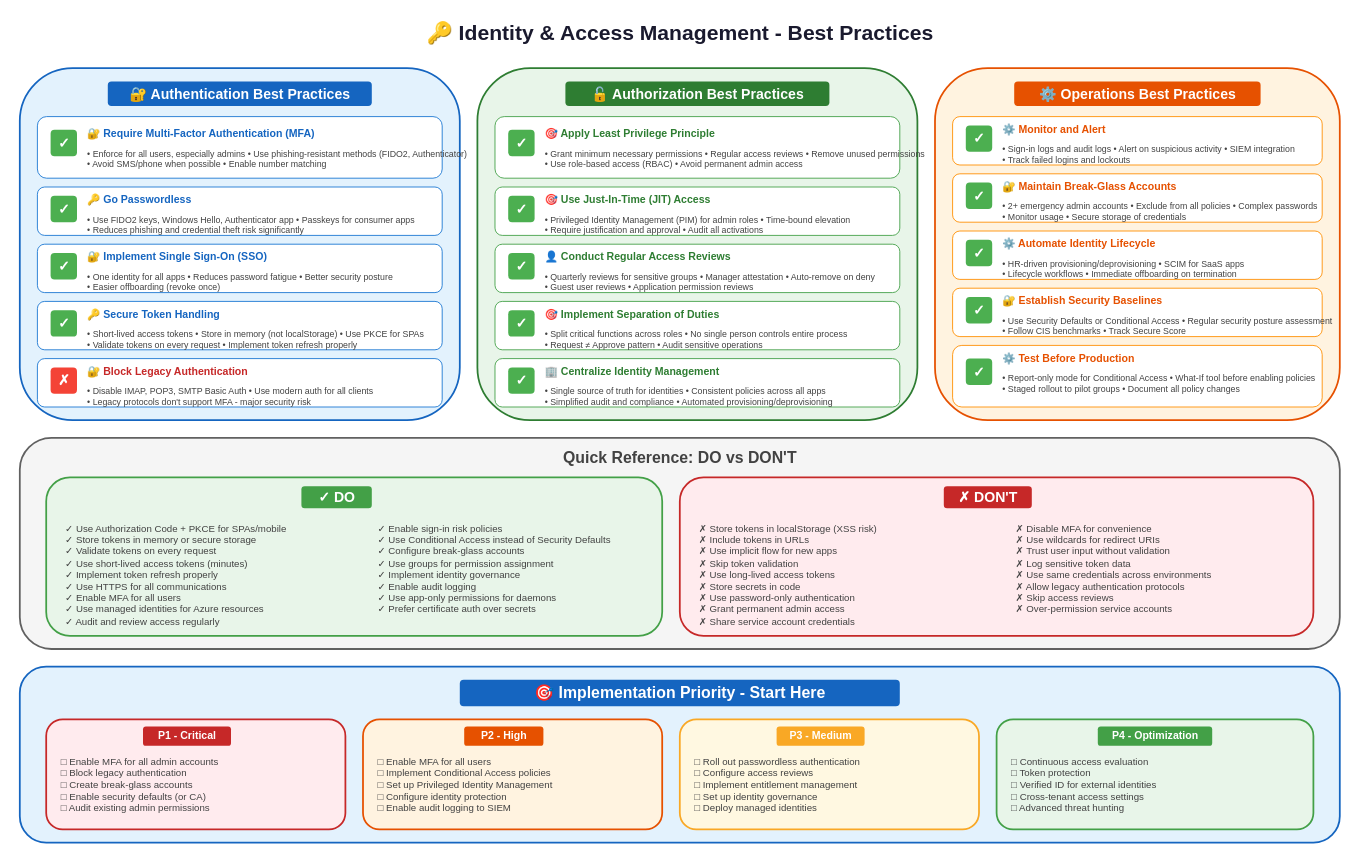
Above: lesson-04-identity-access-management/07-best-practices/7.1-iam-best-practices.drawio in MrParkerZ7/document-lesson-software-architect-x-claude (draw.io), before the change. Source tidied: cells renumbered, new cells numbered last; positions are measured from the earlier drawing's top-left corner, leaving out a move shared by most shapes. Both pictures are drawn from the tidied source at 88%, with x=0, y=0 at pixel (19, 15).
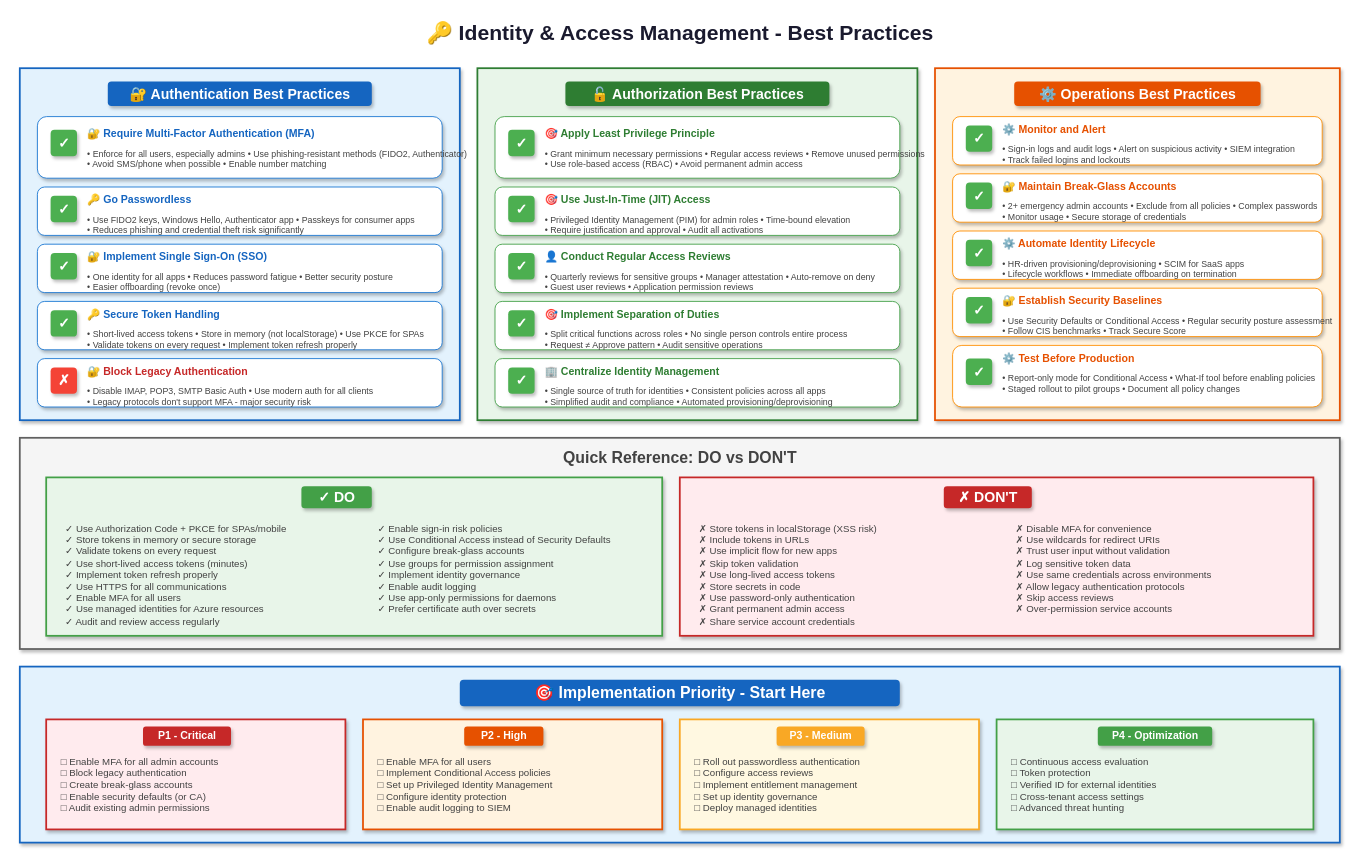
Above is the later version.

Change to the diagram source:
```diff
@@
-    <mxCell id="3" style="rounded=1;whiteSpace=wrap;html=1;fillColor=#e3f2fd;strokeColor=#1565c0;strokeWidth=2;" parent="1" vertex="1">
+    <mxCell id="3" style="rounded=0;whiteSpace=wrap;html=1;fillColor=#e3f2fd;strokeColor=#1565c0;strokeWidth=2;shadow=1;" parent="1" vertex="1">
       <mxGeometry y="60" width="500" height="400" as="geometry" />
     </mxCell>
-    <mxCell id="4" value="🔐 Authentication Best Practices" style="text;html=1;strokeColor=none;fillColor=#1565c0;align=center;verticalAlign=middle;fontSize=16;fontStyle=1;fontColor=#ffffff;rounded=1;" parent="1" vertex="1">
+    <mxCell id="4" value="🔐 Authentication Best Practices" style="text;html=1;strokeColor=none;fillColor=#1565c0;align=center;verticalAlign=middle;fontSize=16;fontStyle=1;fontColor=#ffffff;rounded=1;shadow=1;" parent="1" vertex="1">
       <mxGeometry x="100" y="75" width="300" height="28" as="geometry" />
     </mxCell>
-    <mxCell id="5" style="rounded=1;whiteSpace=wrap;html=1;fillColor=#ffffff;strokeColor=#1976d2;strokeWidth=1;" parent="1" vertex="1">
+    <mxCell id="5" style="rounded=1;whiteSpace=wrap;html=1;fillColor=#ffffff;strokeColor=#1976d2;strokeWidth=1;shadow=1;" parent="1" vertex="1">
       <mxGeometry x="20" y="115" width="460" height="70" as="geometry" />
     </mxCell>
-    <mxCell id="6" value="✓" style="text;html=1;strokeColor=none;fillColor=#4caf50;align=center;verticalAlign=middle;fontSize=16;fontStyle=1;fontColor=#ffffff;rounded=1;" parent="1" vertex="1">
+    <mxCell id="6" value="✓" style="text;html=1;strokeColor=none;fillColor=#4caf50;align=center;verticalAlign=middle;fontSize=16;fontStyle=1;fontColor=#ffffff;rounded=1;shadow=1;" parent="1" vertex="1">
       <mxGeometry x="35" y="130" width="30" height="30" as="geometry" />
     </mxCell>
@@
-    <mxCell id="9" style="rounded=1;whiteSpace=wrap;html=1;fillColor=#ffffff;strokeColor=#1976d2;strokeWidth=1;" parent="1" vertex="1">
+    <mxCell id="9" style="rounded=1;whiteSpace=wrap;html=1;fillColor=#ffffff;strokeColor=#1976d2;strokeWidth=1;shadow=1;" parent="1" vertex="1">
       <mxGeometry x="20" y="195" width="460" height="55" as="geometry" />
     </mxCell>
-    <mxCell id="10" value="✓" style="text;html=1;strokeColor=none;fillColor=#4caf50;align=center;verticalAlign=middle;fontSize=16;fontStyle=1;fontColor=#ffffff;rounded=1;" parent="1" vertex="1">
+    <mxCell id="10" value="✓" style="text;html=1;strokeColor=none;fillColor=#4caf50;align=center;verticalAlign=middle;fontSize=16;fontStyle=1;fontColor=#ffffff;rounded=1;shadow=1;" parent="1" vertex="1">
       <mxGeometry x="35" y="205" width="30" height="30" as="geometry" />
     </mxCell>
@@
-    <mxCell id="13" style="rounded=1;whiteSpace=wrap;html=1;fillColor=#ffffff;strokeColor=#1976d2;strokeWidth=1;" parent="1" vertex="1">
+    <mxCell id="13" style="rounded=1;whiteSpace=wrap;html=1;fillColor=#ffffff;strokeColor=#1976d2;strokeWidth=1;shadow=1;" parent="1" vertex="1">
       <mxGeometry x="20" y="260" width="460" height="55" as="geometry" />
     </mxCell>
-    <mxCell id="14" value="✓" style="text;html=1;strokeColor=none;fillColor=#4caf50;align=center;verticalAlign=middle;fontSize=16;fontStyle=1;fontColor=#ffffff;rounded=1;" parent="1" vertex="1">
+    <mxCell id="14" value="✓" style="text;html=1;strokeColor=none;fillColor=#4caf50;align=center;verticalAlign=middle;fontSize=16;fontStyle=1;fontColor=#ffffff;rounded=1;shadow=1;" parent="1" vertex="1">
       <mxGeometry x="35" y="270" width="30" height="30" as="geometry" />
     </mxCell>
@@
-    <mxCell id="17" style="rounded=1;whiteSpace=wrap;html=1;fillColor=#ffffff;strokeColor=#1976d2;strokeWidth=1;" parent="1" vertex="1">
+    <mxCell id="17" style="rounded=1;whiteSpace=wrap;html=1;fillColor=#ffffff;strokeColor=#1976d2;strokeWidth=1;shadow=1;" parent="1" vertex="1">
       <mxGeometry x="20" y="325" width="460" height="55" as="geometry" />
     </mxCell>
-    <mxCell id="18" value="✓" style="text;html=1;strokeColor=none;fillColor=#4caf50;align=center;verticalAlign=middle;fontSize=16;fontStyle=1;fontColor=#ffffff;rounded=1;" parent="1" vertex="1">
+    <mxCell id="18" value="✓" style="text;html=1;strokeColor=none;fillColor=#4caf50;align=center;verticalAlign=middle;fontSize=16;fontStyle=1;fontColor=#ffffff;rounded=1;shadow=1;" parent="1" vertex="1">
       <mxGeometry x="35" y="335" width="30" height="30" as="geometry" />
     </mxCell>
@@
-    <mxCell id="21" style="rounded=1;whiteSpace=wrap;html=1;fillColor=#ffffff;strokeColor=#1976d2;strokeWidth=1;" parent="1" vertex="1">
+    <mxCell id="21" style="rounded=1;whiteSpace=wrap;html=1;fillColor=#ffffff;strokeColor=#1976d2;strokeWidth=1;shadow=1;" parent="1" vertex="1">
       <mxGeometry x="20" y="390" width="460" height="55" as="geometry" />
     </mxCell>
-    <mxCell id="22" value="✗" style="text;html=1;strokeColor=none;fillColor=#f44336;align=center;verticalAlign=middle;fontSize=16;fontStyle=1;fontColor=#ffffff;rounded=1;" parent="1" vertex="1">
+    <mxCell id="22" value="✗" style="text;html=1;strokeColor=none;fillColor=#f44336;align=center;verticalAlign=middle;fontSize=16;fontStyle=1;fontColor=#ffffff;rounded=1;shadow=1;" parent="1" vertex="1">
       <mxGeometry x="35" y="400" width="30" height="30" as="geometry" />
     </mxCell>
@@
-    <mxCell id="25" style="rounded=1;whiteSpace=wrap;html=1;fillColor=#e8f5e9;strokeColor=#2e7d32;strokeWidth=2;" parent="1" vertex="1">
+    <mxCell id="25" style="rounded=0;whiteSpace=wrap;html=1;fillColor=#e8f5e9;strokeColor=#2e7d32;strokeWidth=2;shadow=1;" parent="1" vertex="1">
       <mxGeometry x="520" y="60" width="500" height="400" as="geometry" />
     </mxCell>
-    <mxCell id="26" value="🔓 Authorization Best Practices" style="text;html=1;strokeColor=none;fillColor=#2e7d32;align=center;verticalAlign=middle;fontSize=16;fontStyle=1;fontColor=#ffffff;rounded=1;" parent="1" vertex="1">
+    <mxCell id="26" value="🔓 Authorization Best Practices" style="text;html=1;strokeColor=none;fillColor=#2e7d32;align=center;verticalAlign=middle;fontSize=16;fontStyle=1;fontColor=#ffffff;rounded=1;shadow=1;" parent="1" vertex="1">
       <mxGeometry x="620" y="75" width="300" height="28" as="geometry" />
     </mxCell>
-    <mxCell id="27" style="rounded=1;whiteSpace=wrap;html=1;fillColor=#ffffff;strokeColor=#43a047;strokeWidth=1;" parent="1" vertex="1">
+    <mxCell id="27" style="rounded=1;whiteSpace=wrap;html=1;fillColor=#ffffff;strokeColor=#43a047;strokeWidth=1;shadow=1;" parent="1" vertex="1">
       <mxGeometry x="540" y="115" width="460" height="70" as="geometry" />
     </mxCell>
-    <mxCell id="28" value="✓" style="text;html=1;strokeColor=none;fillColor=#4caf50;align=center;verticalAlign=middle;fontSize=16;fontStyle=1;fontColor=#ffffff;rounded=1;" parent="1" vertex="1">
+    <mxCell id="28" value="✓" style="text;html=1;strokeColor=none;fillColor=#4caf50;align=center;verticalAlign=middle;fontSize=16;fontStyle=1;fontColor=#ffffff;rounded=1;shadow=1;" parent="1" vertex="1">
       <mxGeometry x="555" y="130" width="30" height="30" as="geometry" />
     </mxCell>
@@
-    <mxCell id="31" style="rounded=1;whiteSpace=wrap;html=1;fillColor=#ffffff;strokeColor=#43a047;strokeWidth=1;" parent="1" vertex="1">
+    <mxCell id="31" style="rounded=1;whiteSpace=wrap;html=1;fillColor=#ffffff;strokeColor=#43a047;strokeWidth=1;shadow=1;" parent="1" vertex="1">
       <mxGeometry x="540" y="195" width="460" height="55" as="geometry" />
     </mxCell>
-    <mxCell id="32" value="✓" style="text;html=1;strokeColor=none;fillColor=#4caf50;align=center;verticalAlign=middle;fontSize=16;fontStyle=1;fontColor=#ffffff;rounded=1;" parent="1" vertex="1">
+    <mxCell id="32" value="✓" style="text;html=1;strokeColor=none;fillColor=#4caf50;align=center;verticalAlign=middle;fontSize=16;fontStyle=1;fontColor=#ffffff;rounded=1;shadow=1;" parent="1" vertex="1">
       <mxGeometry x="555" y="205" width="30" height="30" as="geometry" />
     </mxCell>
@@
-    <mxCell id="35" style="rounded=1;whiteSpace=wrap;html=1;fillColor=#ffffff;strokeColor=#43a047;strokeWidth=1;" parent="1" vertex="1">
+    <mxCell id="35" style="rounded=1;whiteSpace=wrap;html=1;fillColor=#ffffff;strokeColor=#43a047;strokeWidth=1;shadow=1;" parent="1" vertex="1">
       <mxGeometry x="540" y="260" width="460" height="55" as="geometry" />
     </mxCell>
-    <mxCell id="36" value="✓" style="text;html=1;strokeColor=none;fillColor=#4caf50;align=center;verticalAlign=middle;fontSize=16;fontStyle=1;fontColor=#ffffff;rounded=1;" parent="1" vertex="1">
+    <mxCell id="36" value="✓" style="text;html=1;strokeColor=none;fillColor=#4caf50;align=center;verticalAlign=middle;fontSize=16;fontStyle=1;fontColor=#ffffff;rounded=1;shadow=1;" parent="1" vertex="1">
       <mxGeometry x="555" y="270" width="30" height="30" as="geometry" />
     </mxCell>
@@
-    <mxCell id="39" style="rounded=1;whiteSpace=wrap;html=1;fillColor=#ffffff;strokeColor=#43a047;strokeWidth=1;" parent="1" vertex="1">
+    <mxCell id="39" style="rounded=1;whiteSpace=wrap;html=1;fillColor=#ffffff;strokeColor=#43a047;strokeWidth=1;shadow=1;" parent="1" vertex="1">
       <mxGeometry x="540" y="325" width="460" height="55" as="geometry" />
     </mxCell>
-    <mxCell id="40" value="✓" style="text;html=1;strokeColor=none;fillColor=#4caf50;align=center;verticalAlign=middle;fontSize=16;fontStyle=1;fontColor=#ffffff;rounded=1;" parent="1" vertex="1">
+    <mxCell id="40" value="✓" style="text;html=1;strokeColor=none;fillColor=#4caf50;align=center;verticalAlign=middle;fontSize=16;fontStyle=1;fontColor=#ffffff;rounded=1;shadow=1;" parent="1" vertex="1">
       <mxGeometry x="555" y="335" width="30" height="30" as="geometry" />
     </mxCell>
@@
-    <mxCell id="43" style="rounded=1;whiteSpace=wrap;html=1;fillColor=#ffffff;strokeColor=#43a047;strokeWidth=1;" parent="1" vertex="1">
+    <mxCell id="43" style="rounded=1;whiteSpace=wrap;html=1;fillColor=#ffffff;strokeColor=#43a047;strokeWidth=1;shadow=1;" parent="1" vertex="1">
       <mxGeometry x="540" y="390" width="460" height="55" as="geometry" />
     </mxCell>
-    <mxCell id="44" value="✓" style="text;html=1;strokeColor=none;fillColor=#4caf50;align=center;verticalAlign=middle;fontSize=16;fontStyle=1;fontColor=#ffffff;rounded=1;" parent="1" vertex="1">
+    <mxCell id="44" value="✓" style="text;html=1;strokeColor=none;fillColor=#4caf50;align=center;verticalAlign=middle;fontSize=16;fontStyle=1;fontColor=#ffffff;rounded=1;shadow=1;" parent="1" vertex="1">
       <mxGeometry x="555" y="400" width="30" height="30" as="geometry" />
     </mxCell>
@@
-    <mxCell id="47" style="rounded=1;whiteSpace=wrap;html=1;fillColor=#fff3e0;strokeColor=#e65100;strokeWidth=2;" parent="1" vertex="1">
+    <mxCell id="47" style="rounded=0;whiteSpace=wrap;html=1;fillColor=#fff3e0;strokeColor=#e65100;strokeWidth=2;shadow=1;" parent="1" vertex="1">
       <mxGeometry x="1040" y="60" width="460" height="400" as="geometry" />
     </mxCell>
-    <mxCell id="48" value="⚙️ Operations Best Practices" style="text;html=1;strokeColor=none;fillColor=#e65100;align=center;verticalAlign=middle;fontSize=16;fontStyle=1;fontColor=#ffffff;rounded=1;" parent="1" vertex="1">
+    <mxCell id="48" value="⚙️ Operations Best Practices" style="text;html=1;strokeColor=none;fillColor=#e65100;align=center;verticalAlign=middle;fontSize=16;fontStyle=1;fontColor=#ffffff;rounded=1;shadow=1;" parent="1" vertex="1">
       <mxGeometry x="1130" y="75" width="280" height="28" as="geometry" />
     </mxCell>
-    <mxCell id="49" style="rounded=1;whiteSpace=wrap;html=1;fillColor=#ffffff;strokeColor=#ff8f00;strokeWidth=1;" parent="1" vertex="1">
+    <mxCell id="49" style="rounded=1;whiteSpace=wrap;html=1;fillColor=#ffffff;strokeColor=#ff8f00;strokeWidth=1;shadow=1;" parent="1" vertex="1">
       <mxGeometry x="1060" y="115" width="420" height="55" as="geometry" />
     </mxCell>
-    <mxCell id="50" value="✓" style="text;html=1;strokeColor=none;fillColor=#4caf50;align=center;verticalAlign=middle;fontSize=16;fontStyle=1;fontColor=#ffffff;rounded=1;" parent="1" vertex="1">
+    <mxCell id="50" value="✓" style="text;html=1;strokeColor=none;fillColor=#4caf50;align=center;verticalAlign=middle;fontSize=16;fontStyle=1;fontColor=#ffffff;rounded=1;shadow=1;" parent="1" vertex="1">
       <mxGeometry x="1075" y="125" width="30" height="30" as="geometry" />
     </mxCell>
@@
-    <mxCell id="53" style="rounded=1;whiteSpace=wrap;html=1;fillColor=#ffffff;strokeColor=#ff8f00;strokeWidth=1;" parent="1" vertex="1">
+    <mxCell id="53" style="rounded=1;whiteSpace=wrap;html=1;fillColor=#ffffff;strokeColor=#ff8f00;strokeWidth=1;shadow=1;" parent="1" vertex="1">
       <mxGeometry x="1060" y="180" width="420" height="55" as="geometry" />
     </mxCell>
-    <mxCell id="54" value="✓" style="text;html=1;strokeColor=none;fillColor=#4caf50;align=center;verticalAlign=middle;fontSize=16;fontStyle=1;fontColor=#ffffff;rounded=1;" parent="1" vertex="1">
+    <mxCell id="54" value="✓" style="text;html=1;strokeColor=none;fillColor=#4caf50;align=center;verticalAlign=middle;fontSize=16;fontStyle=1;fontColor=#ffffff;rounded=1;shadow=1;" parent="1" vertex="1">
       <mxGeometry x="1075" y="190" width="30" height="30" as="geometry" />
     </mxCell>
@@
-    <mxCell id="57" style="rounded=1;whiteSpace=wrap;html=1;fillColor=#ffffff;strokeColor=#ff8f00;strokeWidth=1;" parent="1" vertex="1">
+    <mxCell id="57" style="rounded=1;whiteSpace=wrap;html=1;fillColor=#ffffff;strokeColor=#ff8f00;strokeWidth=1;shadow=1;" parent="1" vertex="1">
       <mxGeometry x="1060" y="245" width="420" height="55" as="geometry" />
     </mxCell>
-    <mxCell id="58" value="✓" style="text;html=1;strokeColor=none;fillColor=#4caf50;align=center;verticalAlign=middle;fontSize=16;fontStyle=1;fontColor=#ffffff;rounded=1;" parent="1" vertex="1">
+    <mxCell id="58" value="✓" style="text;html=1;strokeColor=none;fillColor=#4caf50;align=center;verticalAlign=middle;fontSize=16;fontStyle=1;fontColor=#ffffff;rounded=1;shadow=1;" parent="1" vertex="1">
       <mxGeometry x="1075" y="255" width="30" height="30" as="geometry" />
     </mxCell>
@@
-    <mxCell id="61" style="rounded=1;whiteSpace=wrap;html=1;fillColor=#ffffff;strokeColor=#ff8f00;strokeWidth=1;" parent="1" vertex="1">
+    <mxCell id="61" style="rounded=1;whiteSpace=wrap;html=1;fillColor=#ffffff;strokeColor=#ff8f00;strokeWidth=1;shadow=1;" parent="1" vertex="1">
       <mxGeometry x="1060" y="310" width="420" height="55" as="geometry" />
     </mxCell>
-    <mxCell id="62" value="✓" style="text;html=1;strokeColor=none;fillColor=#4caf50;align=center;verticalAlign=middle;fontSize=16;fontStyle=1;fontColor=#ffffff;rounded=1;" parent="1" vertex="1">
+    <mxCell id="62" value="✓" style="text;html=1;strokeColor=none;fillColor=#4caf50;align=center;verticalAlign=middle;fontSize=16;fontStyle=1;fontColor=#ffffff;rounded=1;shadow=1;" parent="1" vertex="1">
       <mxGeometry x="1075" y="320" width="30" height="30" as="geometry" />
     </mxCell>
@@
-    <mxCell id="65" style="rounded=1;whiteSpace=wrap;html=1;fillColor=#ffffff;strokeColor=#ff8f00;strokeWidth=1;" parent="1" vertex="1">
+    <mxCell id="65" style="rounded=1;whiteSpace=wrap;html=1;fillColor=#ffffff;strokeColor=#ff8f00;strokeWidth=1;shadow=1;" parent="1" vertex="1">
       <mxGeometry x="1060" y="375" width="420" height="70" as="geometry" />
     </mxCell>
-    <mxCell id="66" value="✓" style="text;html=1;strokeColor=none;fillColor=#4caf50;align=center;verticalAlign=middle;fontSize=16;fontStyle=1;fontColor=#ffffff;rounded=1;" parent="1" vertex="1">
+    <mxCell id="66" value="✓" style="text;html=1;strokeColor=none;fillColor=#4caf50;align=center;verticalAlign=middle;fontSize=16;fontStyle=1;fontColor=#ffffff;rounded=1;shadow=1;" parent="1" vertex="1">
       <mxGeometry x="1075" y="390" width="30" height="30" as="geometry" />
     </mxCell>
@@
-    <mxCell id="69" style="rounded=1;whiteSpace=wrap;html=1;fillColor=#f5f5f5;strokeColor=#616161;strokeWidth=2;" parent="1" vertex="1">
+    <mxCell id="69" style="rounded=0;whiteSpace=wrap;html=1;fillColor=#f5f5f5;strokeColor=#616161;strokeWidth=2;shadow=1;" parent="1" vertex="1">
       <mxGeometry y="480" width="1500" height="240" as="geometry" />
     </mxCell>
@@
-    <mxCell id="71" style="rounded=1;whiteSpace=wrap;html=1;fillColor=#e8f5e9;strokeColor=#43a047;strokeWidth=2;" parent="1" vertex="1">
+    <mxCell id="71" style="rounded=0;whiteSpace=wrap;html=1;fillColor=#e8f5e9;strokeColor=#43a047;strokeWidth=2;shadow=1;" parent="1" vertex="1">
       <mxGeometry x="30" y="525" width="700" height="180" as="geometry" />
     </mxCell>
-    <mxCell id="72" value="✓ DO" style="text;html=1;strokeColor=none;fillColor=#43a047;align=center;verticalAlign=middle;fontSize=16;fontStyle=1;fontColor=#ffffff;rounded=1;" parent="1" vertex="1">
+    <mxCell id="72" value="✓ DO" style="text;html=1;strokeColor=none;fillColor=#43a047;align=center;verticalAlign=middle;fontSize=16;fontStyle=1;fontColor=#ffffff;rounded=1;shadow=1;" parent="1" vertex="1">
       <mxGeometry x="320" y="535" width="80" height="25" as="geometry" />
     </mxCell>
@@
-    <mxCell id="75" style="rounded=1;whiteSpace=wrap;html=1;fillColor=#ffebee;strokeColor=#c62828;strokeWidth=2;" parent="1" vertex="1">
+    <mxCell id="75" style="rounded=0;whiteSpace=wrap;html=1;fillColor=#ffebee;strokeColor=#c62828;strokeWidth=2;shadow=1;" parent="1" vertex="1">
       <mxGeometry x="750" y="525" width="720" height="180" as="geometry" />
     </mxCell>
-    <mxCell id="76" value="✗ DON'T" style="text;html=1;strokeColor=none;fillColor=#c62828;align=center;verticalAlign=middle;fontSize=16;fontStyle=1;fontColor=#ffffff;rounded=1;" parent="1" vertex="1">
+    <mxCell id="76" value="✗ DON'T" style="text;html=1;strokeColor=none;fillColor=#c62828;align=center;verticalAlign=middle;fontSize=16;fontStyle=1;fontColor=#ffffff;rounded=1;shadow=1;" parent="1" vertex="1">
       <mxGeometry x="1050" y="535" width="100" height="25" as="geometry" />
     </mxCell>
@@
-    <mxCell id="79" style="rounded=1;whiteSpace=wrap;html=1;fillColor=#e3f2fd;strokeColor=#1565c0;strokeWidth=2;" parent="1" vertex="1">
+    <mxCell id="79" style="rounded=0;whiteSpace=wrap;html=1;fillColor=#e3f2fd;strokeColor=#1565c0;strokeWidth=2;shadow=1;" parent="1" vertex="1">
       <mxGeometry y="740" width="1500" height="200" as="geometry" />
     </mxCell>
-    <mxCell id="80" value="🎯 Implementation Priority - Start Here" style="text;html=1;strokeColor=none;fillColor=#1565c0;align=center;verticalAlign=middle;fontSize=18;fontStyle=1;fontColor=#ffffff;rounded=1;" parent="1" vertex="1">
+    <mxCell id="80" value="🎯 Implementation Priority - Start Here" style="text;html=1;strokeColor=none;fillColor=#1565c0;align=center;verticalAlign=middle;fontSize=18;fontStyle=1;fontColor=#ffffff;rounded=1;shadow=1;" parent="1" vertex="1">
       <mxGeometry x="500" y="755" width="500" height="30" as="geometry" />
     </mxCell>
-    <mxCell id="81" style="rounded=1;whiteSpace=wrap;html=1;fillColor=#ffebee;strokeColor=#c62828;strokeWidth=2;" parent="1" vertex="1">
+    <mxCell id="81" style="rounded=0;whiteSpace=wrap;html=1;fillColor=#ffebee;strokeColor=#c62828;strokeWidth=2;shadow=1;" parent="1" vertex="1">
       <mxGeometry x="30" y="800" width="340" height="125" as="geometry" />
     </mxCell>
-    <mxCell id="82" value="P1 - Critical" style="text;html=1;strokeColor=none;fillColor=#c62828;align=center;verticalAlign=middle;fontSize=12;fontStyle=1;fontColor=#ffffff;rounded=1;" parent="1" vertex="1">
+    <mxCell id="82" value="P1 - Critical" style="text;html=1;strokeColor=none;fillColor=#c62828;align=center;verticalAlign=middle;fontSize=12;fontStyle=1;fontColor=#ffffff;rounded=1;shadow=1;" parent="1" vertex="1">
       <mxGeometry x="140" y="808" width="100" height="22" as="geometry" />
     </mxCell>
@@
-    <mxCell id="84" style="rounded=1;whiteSpace=wrap;html=1;fillColor=#fff3e0;strokeColor=#e65100;strokeWidth=2;" parent="1" vertex="1">
+    <mxCell id="84" style="rounded=0;whiteSpace=wrap;html=1;fillColor=#fff3e0;strokeColor=#e65100;strokeWidth=2;shadow=1;" parent="1" vertex="1">
       <mxGeometry x="390" y="800" width="340" height="125" as="geometry" />
     </mxCell>
-    <mxCell id="85" value="P2 - High" style="text;html=1;strokeColor=none;fillColor=#e65100;align=center;verticalAlign=middle;fontSize=12;fontStyle=1;fontColor=#ffffff;rounded=1;" parent="1" vertex="1">
+    <mxCell id="85" value="P2 - High" style="text;html=1;strokeColor=none;fillColor=#e65100;align=center;verticalAlign=middle;fontSize=12;fontStyle=1;fontColor=#ffffff;rounded=1;shadow=1;" parent="1" vertex="1">
       <mxGeometry x="505" y="808" width="90" height="22" as="geometry" />
     </mxCell>
@@
-    <mxCell id="87" style="rounded=1;whiteSpace=wrap;html=1;fillColor=#fff8e1;strokeColor=#f9a825;strokeWidth=2;" parent="1" vertex="1">
+    <mxCell id="87" style="rounded=0;whiteSpace=wrap;html=1;fillColor=#fff8e1;strokeColor=#f9a825;strokeWidth=2;shadow=1;" parent="1" vertex="1">
       <mxGeometry x="750" y="800" width="340" height="125" as="geometry" />
     </mxCell>
-    <mxCell id="88" value="P3 - Medium" style="text;html=1;strokeColor=none;fillColor=#f9a825;align=center;verticalAlign=middle;fontSize=12;fontStyle=1;fontColor=#ffffff;rounded=1;" parent="1" vertex="1">
+    <mxCell id="88" value="P3 - Medium" style="text;html=1;strokeColor=none;fillColor=#f9a825;align=center;verticalAlign=middle;fontSize=12;fontStyle=1;fontColor=#ffffff;rounded=1;shadow=1;" parent="1" vertex="1">
       <mxGeometry x="860" y="808" width="100" height="22" as="geometry" />
     </mxCell>
@@
-    <mxCell id="90" style="rounded=1;whiteSpace=wrap;html=1;fillColor=#e8f5e9;strokeColor=#43a047;strokeWidth=2;" parent="1" vertex="1">
+    <mxCell id="90" style="rounded=0;whiteSpace=wrap;html=1;fillColor=#e8f5e9;strokeColor=#43a047;strokeWidth=2;shadow=1;" parent="1" vertex="1">
       <mxGeometry x="1110" y="800" width="360" height="125" as="geometry" />
     </mxCell>
-    <mxCell id="91" value="P4 - Optimization" style="text;html=1;strokeColor=none;fillColor=#43a047;align=center;verticalAlign=middle;fontSize=12;fontStyle=1;fontColor=#ffffff;rounded=1;" parent="1" vertex="1">
+    <mxCell id="91" value="P4 - Optimization" style="text;html=1;strokeColor=none;fillColor=#43a047;align=center;verticalAlign=middle;fontSize=12;fontStyle=1;fontColor=#ffffff;rounded=1;shadow=1;" parent="1" vertex="1">
       <mxGeometry x="1225" y="808" width="130" height="22" as="geometry" />
     </mxCell>
```
